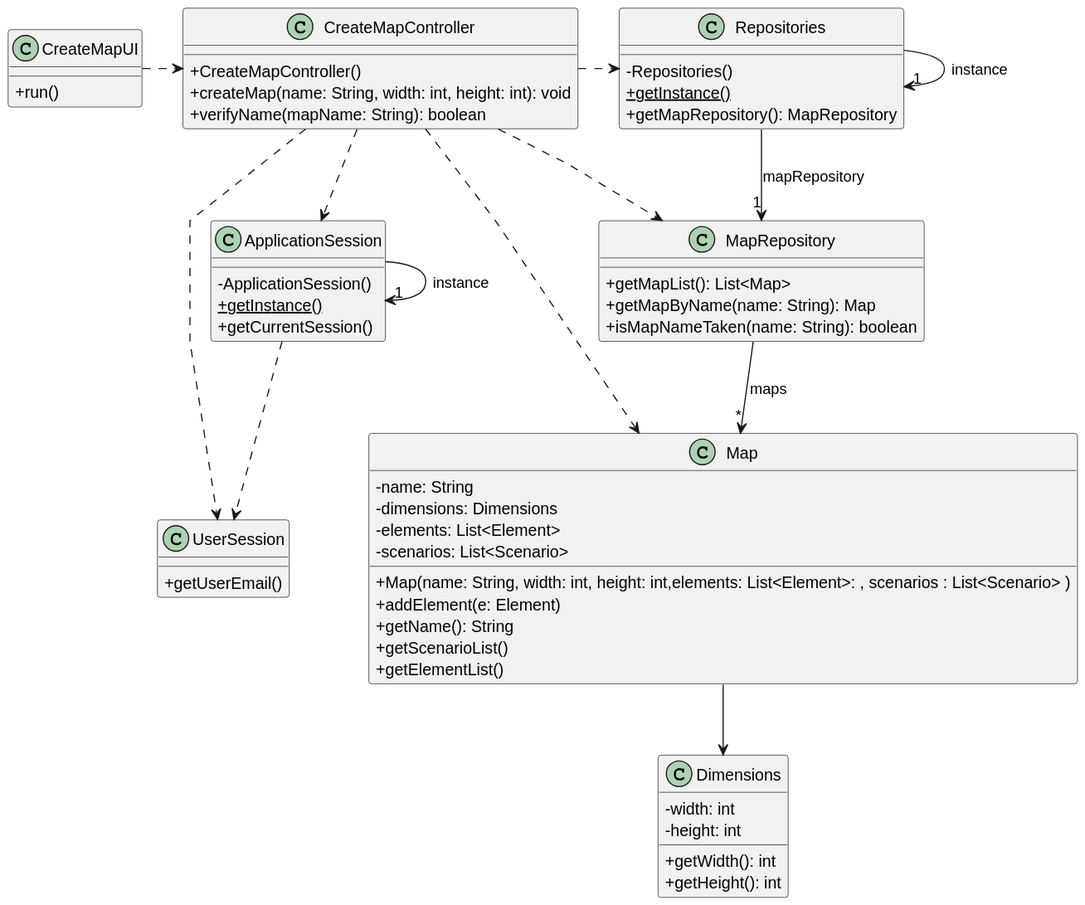
This is docs/system-documentation/sprint 3/US01/03.design/svg/US001-CD.svg from Educ00/mdisc-2425, a PlantUML export, as it was before one commit.
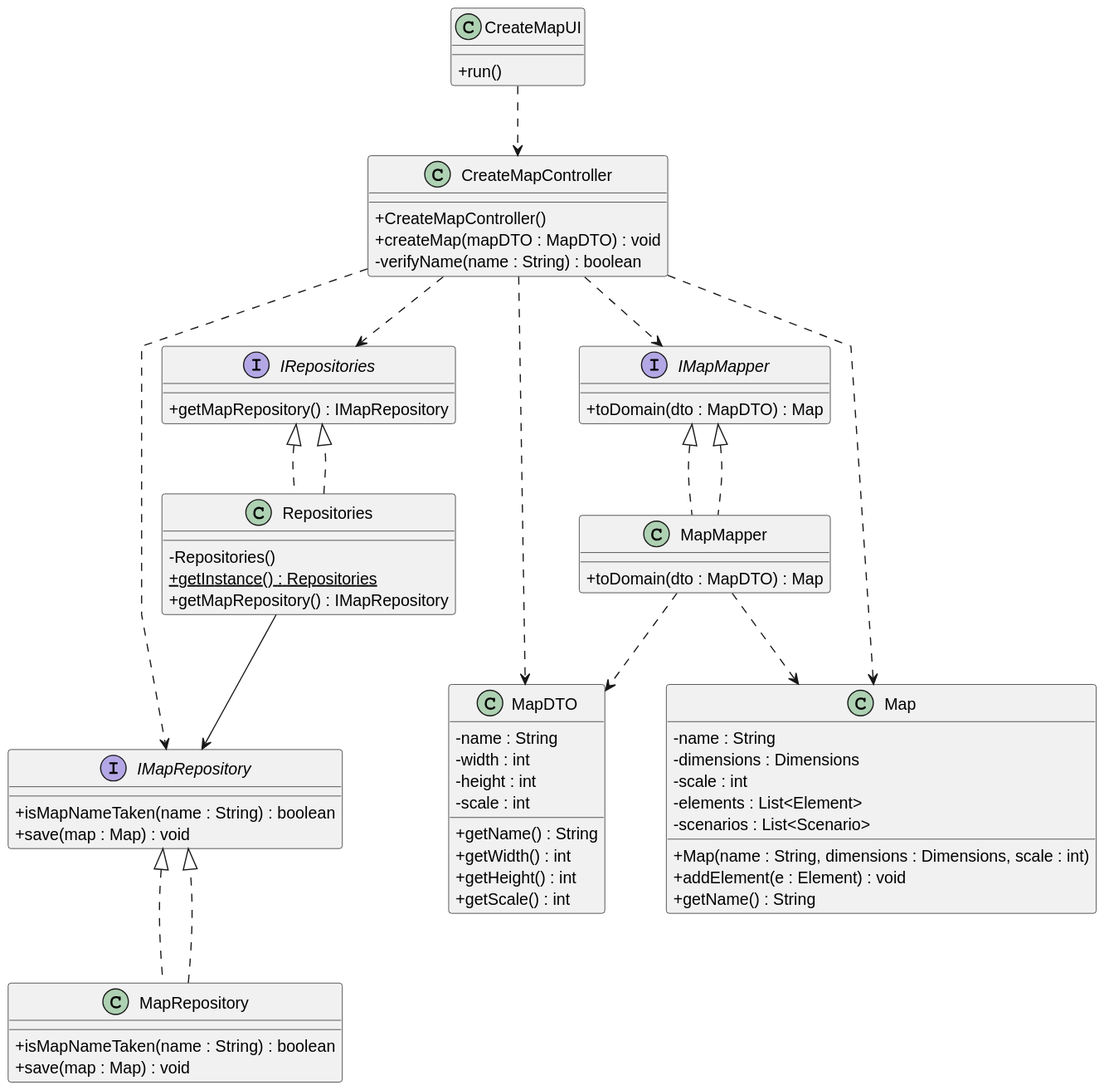
After the commit.

What changed in the source:
```diff
@@ -10,65 +10,72 @@
 
 class CreateMapController {
     + CreateMapController()
-    + createMap(name: String, width: int, height: int): void
-    + verifyName(mapName: String): boolean
+    + createMap(mapDTO : MapDTO) : void
+    - verifyName(name : String) : boolean
 }
 
-class ApplicationSession {
-    -ApplicationSession()
-    + {static} getInstance()
-    + getCurrentSession()
+interface IRepositories {
+    + getMapRepository() : IMapRepository
 }
 
-class UserSession {
-    + getUserEmail()
+class Repositories implements IRepositories {
+    - Repositories()
+    + {static} getInstance() : Repositories
+    + getMapRepository() : IMapRepository
 }
 
-class Repositories {
-    - Repositories()
-    + {static} getInstance()
-    + getMapRepository(): MapRepository
+interface IMapRepository {
+    + isMapNameTaken(name : String) : boolean
+    + save(map : Map) : void
 }
 
-class MapRepository {
-    + getMapList(): List<Map>
-    + getMapByName(name: String): Map
-    + isMapNameTaken(name: String): boolean
+class MapRepository implements IMapRepository {
+    + isMapNameTaken(name : String) : boolean
+    + save(map : Map) : void
+}
+
+interface IMapMapper {
+    + toDomain(dto : MapDTO) : Map
+}
+
+class MapMapper implements IMapMapper {
+    + toDomain(dto : MapDTO) : Map
+}
+
+class MapDTO {
+    - name : String
+    - width : int
+    - height : int
+    - scale : int
+    + getName() : String
+    + getWidth() : int
+    + getHeight() : int
+    + getScale() : int
 }
 
 class Map {
-    - name: String
-    - dimensions: Dimensions
-    - elements: List<Element>
-    - scenarios: List<Scenario>
-
-    + Map(name: String, width: int, height: int,elements: List<Element>: , scenarios : List<Scenario> )
-    + addElement(e: Element)
-    + getName(): String
-    + getScenarioList()
-    + getElementList()
+    - name : String
+    - dimensions : Dimensions
+    - scale : int
+    - elements : List<Element>
+    - scenarios : List<Scenario>
+    + Map(name : String, dimensions : Dimensions, scale : int)
+    + addElement(e : Element) : void
+    + getName() : String
 }
 
-class Dimensions {
-    - width: int
-    - height: int
-    + getWidth(): int
-    + getHeight(): int
-}
 
-CreateMapUI .> CreateMapController
-CreateMapController ..> ApplicationSession
-CreateMapController ..> UserSession
-CreateMapController .> Repositories
-CreateMapController ..> MapRepository
+
+CreateMapUI ..> CreateMapController
+CreateMapController ..> IRepositories
+Repositories ..|> IRepositories
+Repositories --> IMapRepository
+MapRepository ..|> IMapRepository
+CreateMapController ..> IMapRepository
+CreateMapController ..> IMapMapper
+CreateMapController ..> MapDTO
 CreateMapController ..> Map
-
-ApplicationSession -> "1" ApplicationSession : instance
-ApplicationSession ..> UserSession
-
-Repositories -> "1" Repositories : instance
-Repositories --> "1" MapRepository : mapRepository
-
-Map --> Dimensions
-MapRepository --> "*" Map : maps
+IMapMapper <|.. MapMapper
+MapMapper ..> MapDTO
+MapMapper ..> Map
 @enduml
```
